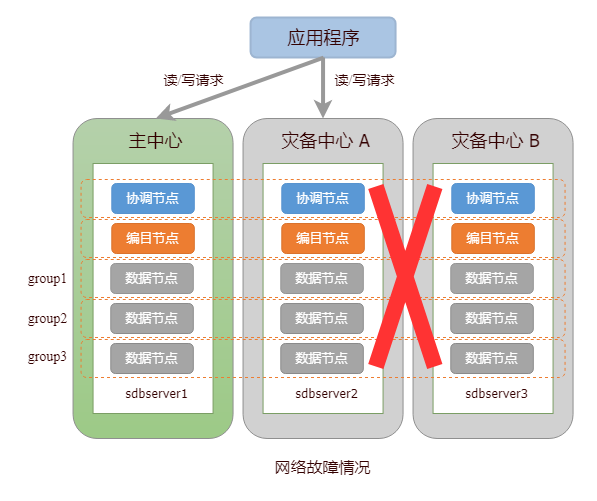
The draw.io diagram doc/src/images/Distributed_Engine/Maintainance/HA_DR/1c3d_network.png in Vivian-hihi/SequoiaDB, before a commit. Source tidied: cells renumbered, new cells last; positions are measured from the earlier drawing's top-left corner, leaving out a move shared by most shapes.
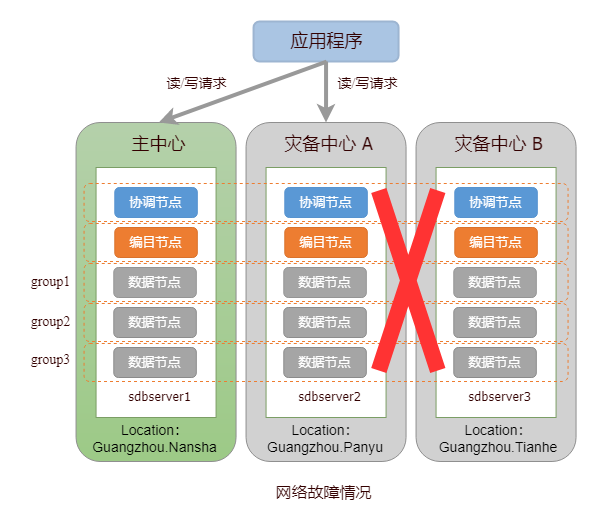
After the commit.

The edit, as a diff of the source:
```diff
@@ -3,7 +3,7 @@
     <mxCell id="0" />
     <mxCell id="1" parent="0" />
     <mxCell id="2" style="rounded=1;whiteSpace=wrap;html=1;strokeWidth=1;gradientDirection=south;strokeColor=#8F8F8F;fillColor=#B5D1AB;gradientColor=#9DCA87;" parent="1" vertex="1">
-      <mxGeometry x="55.6" y="101" width="160" height="320" as="geometry" />
+      <mxGeometry x="55.6" y="101" width="160" height="339" as="geometry" />
     </mxCell>
     <mxCell id="3" style="rounded=0;whiteSpace=wrap;html=1;strokeWidth=1;strokeColor=#7B9E65;" parent="1" vertex="1">
       <mxGeometry x="75.6" y="146" width="120" height="250" as="geometry" />
@@ -30,7 +30,7 @@
       <mxGeometry x="103.3" y="108" width="70" height="30" as="geometry" />
     </mxCell>
     <mxCell id="11" style="rounded=1;whiteSpace=wrap;html=1;strokeWidth=1;gradientDirection=south;fillColor=#D1D1D1;strokeColor=#8F8F8F;" parent="1" vertex="1">
-      <mxGeometry x="225.6" y="101" width="160" height="320" as="geometry" />
+      <mxGeometry x="225.6" y="101" width="160" height="339" as="geometry" />
     </mxCell>
     <mxCell id="12" style="rounded=0;whiteSpace=wrap;html=1;strokeWidth=1;strokeColor=#7B9E65;" parent="1" vertex="1">
       <mxGeometry x="245.6" y="146" width="120" height="250" as="geometry" />
@@ -57,7 +57,7 @@
       <mxGeometry x="258.3" y="108" width="100" height="30" as="geometry" />
     </mxCell>
     <mxCell id="20" style="rounded=1;whiteSpace=wrap;html=1;strokeWidth=1;gradientDirection=south;fillColor=#D1D1D1;strokeColor=#8F8F8F;" parent="1" vertex="1">
-      <mxGeometry x="395.6" y="101" width="160" height="320" as="geometry" />
+      <mxGeometry x="395.6" y="101" width="160" height="339" as="geometry" />
     </mxCell>
     <mxCell id="21" style="rounded=0;whiteSpace=wrap;html=1;strokeWidth=1;strokeColor=#7B9E65;" parent="1" vertex="1">
       <mxGeometry x="415.6" y="146" width="120" height="250" as="geometry" />
@@ -84,7 +84,7 @@
       <mxGeometry x="428.3" y="108" width="100" height="30" as="geometry" />
     </mxCell>
     <mxCell id="29" value="&lt;span style=&quot;color: rgb(51 , 0 , 0)&quot;&gt;网络故障情况&lt;/span&gt;" style="text;html=1;align=center;verticalAlign=middle;fillColor=none;strokeColor=none;rounded=0;strokeWidth=1;fontSize=16;fontFamily=Tahoma;" parent="1" vertex="1">
-      <mxGeometry x="249.6" y="439" width="110" height="20" as="geometry" />
+      <mxGeometry x="248.3" y="460" width="110" height="20" as="geometry" />
     </mxCell>
     <mxCell id="30" value="&lt;font color=&quot;#330000&quot; style=&quot;font-size: 14px&quot;&gt;&lt;span style=&quot;font-size: 14px&quot;&gt;&lt;span style=&quot;font-size: 14px&quot;&gt;group1&lt;/span&gt;&lt;/span&gt;&lt;/font&gt;" style="text;html=1;align=center;verticalAlign=middle;fillColor=none;strokeColor=none;rounded=0;strokeWidth=1;fontSize=14;fontFamily=Times New Roman;fontStyle=0;" parent="1" vertex="1">
       <mxGeometry x="-0.3" y="251" width="60" height="20" as="geometry" />
@@ -133,5 +133,14 @@
     <mxCell id="44" style="shape=umlDestroy;strokeWidth=16;gradientColor=none;fontSize=18;strokeColor=#FF3333;shadow=0;sketch=0;fillColor=none;" parent="1" vertex="1">
       <mxGeometry x="358.3" y="169" width="59" height="180" as="geometry" />
     </mxCell>
+    <mxCell id="45" value="&lt;font style=&quot;font-size: 14px&quot;&gt;Location：Guangzhou.Nansha&lt;/font&gt;" style="rounded=0;whiteSpace=wrap;html=1;fillColor=none;strokeColor=none;" parent="1" vertex="1">
+      <mxGeometry x="46.9" y="386" width="175.2" height="62.5" as="geometry" />
+    </mxCell>
+    <mxCell id="46" value="&lt;font style=&quot;font-size: 14px&quot;&gt;Location：Guangzhou.Panyu&lt;/font&gt;" style="rounded=0;whiteSpace=wrap;html=1;fillColor=none;strokeColor=none;" parent="1" vertex="1">
+      <mxGeometry x="222.4" y="387.2" width="166.2" height="60" as="geometry" />
+    </mxCell>
+    <mxCell id="47" value="&lt;font style=&quot;font-size: 14px&quot;&gt;Location：Guangzhou.Tianhe&lt;/font&gt;" style="rounded=0;whiteSpace=wrap;html=1;fillColor=none;strokeColor=none;" parent="1" vertex="1">
+      <mxGeometry x="395.2" y="387.2" width="166.2" height="60" as="geometry" />
+    </mxCell>
   </root>
 </mxGraphModel>
```
